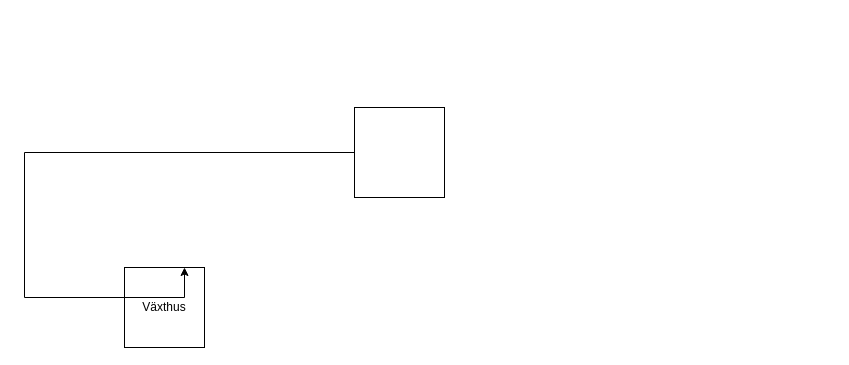
This is Namnlöst diagram.drawio from hgOscNor/W-xter-s, a draw.io file, before an edit. Source tidied: cells renumbered, new cells numbered last; positions are measured from the earlier drawing's top-left corner, leaving out a move shared by most shapes. Both pictures are drawn from the tidied source at 100%, with x=0, y=0 at pixel (24, 107).
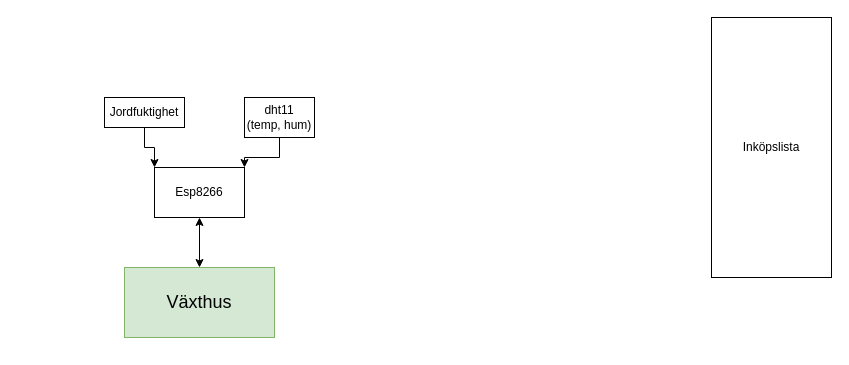
Above is the later version.

Diff of the diagram source:
```diff
@@
 <mxGraphModel>
   <root>
     <mxCell id="0" />
     <mxCell id="1" parent="0" />
-    <mxCell id="2" value="Växthus" style="whiteSpace=wrap;html=1;" parent="1" vertex="1">
-      <mxGeometry x="100" y="160" width="80" height="80" as="geometry" />
+    <mxCell id="2" value="&lt;font style=&quot;font-size: 18px;&quot;&gt;Växthus&lt;/font&gt;" style="rounded=0;whiteSpace=wrap;html=1;fillColor=#d5e8d4;strokeColor=#82b366;" parent="1" vertex="1">
+      <mxGeometry x="100" y="160" width="150" height="70" as="geometry" />
     </mxCell>
-    <mxCell id="3" style="edgeStyle=orthogonalEdgeStyle;rounded=0;jettySize=auto;html=1;entryX=0.75;entryY=0;entryDx=0;entryDy=0;" parent="1" edge="1" source="4" target="2">
-      <mxGeometry relative="1" as="geometry">
-        <Array as="points">
-          <mxPoint y="45" />
-          <mxPoint y="190" />
-          <mxPoint x="160" y="190" />
-        </Array>
-      </mxGeometry>
-    </mxCell>
-    <mxCell id="4" style="whiteSpace=wrap;html=1;" parent="1" vertex="1">
-      <mxGeometry x="330" width="90" height="90" as="geometry" />
-    </mxCell>
+    <mxCell id="5" value="Esp8266" style="rounded=0;whiteSpace=wrap;html=1;" parent="1" vertex="1">
+      <mxGeometry x="130" y="60" width="90" height="50" as="geometry" />
+    </mxCell>
+    <mxCell id="6" style="endArrow=classic;startArrow=classic;html=1;rounded=0;exitX=0.5;exitY=0;exitDx=0;exitDy=0;entryX=0.5;entryY=1;entryDx=0;entryDy=0;" parent="1" edge="1" source="2" target="5">
+      <mxGeometry relative="1" as="geometry" />
+    </mxCell>
+    <mxCell id="7" style="edgeStyle=orthogonalEdgeStyle;rounded=0;jettySize=auto;html=1;entryX=1;entryY=0;entryDx=0;entryDy=0;" parent="1" edge="1" source="8" target="5">
+      <mxGeometry relative="1" as="geometry" />
+    </mxCell>
+    <mxCell id="8" value="&lt;div&gt;dht11&lt;/div&gt;&lt;div&gt;(temp, hum)&lt;br&gt;&lt;/div&gt;" style="rounded=0;whiteSpace=wrap;html=1;" parent="1" vertex="1">
+      <mxGeometry x="220" y="-10" width="70" height="40" as="geometry" />
+    </mxCell>
+    <mxCell id="9" style="edgeStyle=orthogonalEdgeStyle;rounded=0;jettySize=auto;html=1;entryX=0;entryY=0;entryDx=0;entryDy=0;" parent="1" edge="1" source="10" target="5">
+      <mxGeometry relative="1" as="geometry" />
+    </mxCell>
+    <mxCell id="10" value="Jordfuktighet" style="rounded=0;whiteSpace=wrap;html=1;" parent="1" vertex="1">
+      <mxGeometry x="80" y="-10" width="80" height="30" as="geometry" />
+    </mxCell>
+    <mxCell id="11" value="Inköpslista" style="rounded=0;whiteSpace=wrap;html=1;" parent="1" vertex="1">
+      <mxGeometry x="687" y="-90" width="120" height="260" as="geometry" />
+    </mxCell>
   </root>
 </mxGraphModel>
```
